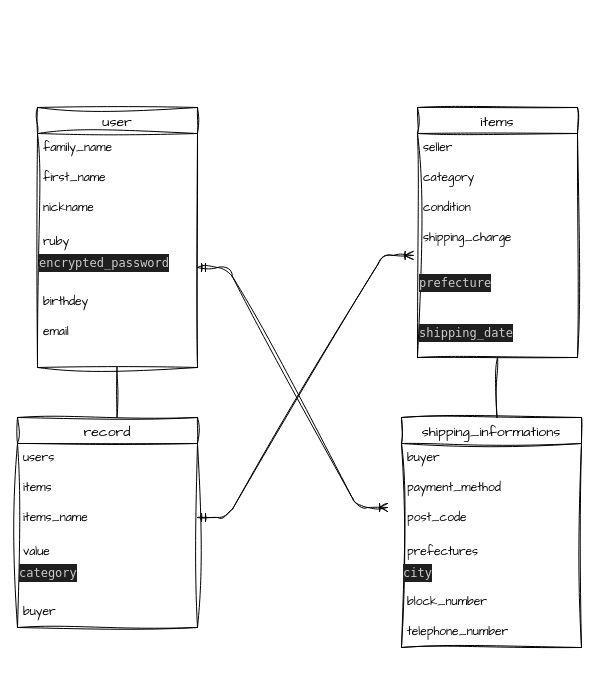
Before: test.dio in tsuyu6/furima-39944, a draw.io diagram. Source tidied: cells renumbered, new cells numbered last; positions are measured from the earlier drawing's top-left corner, leaving out a move shared by most shapes. Both pictures are drawn from the tidied source at 100%, with x=0, y=0 at pixel (17, 107).
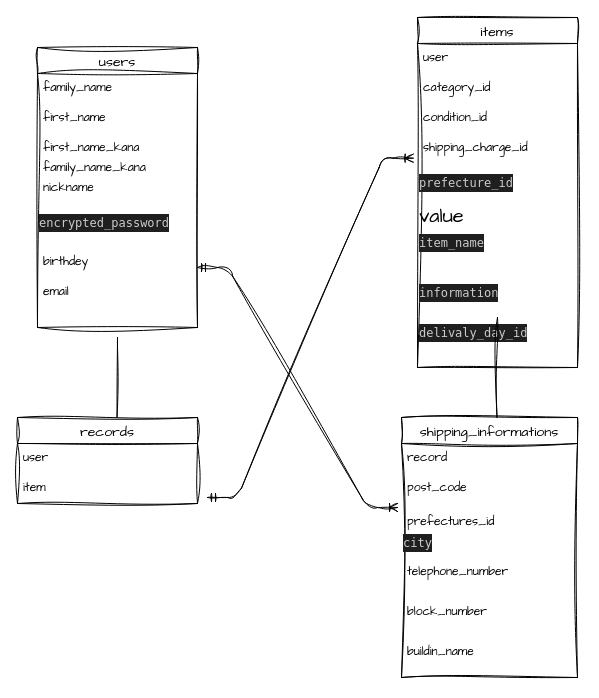
The same diagram, later.

Commit message (it also covers changes not shown here):
データベース設計、修正

What changed in the source:
```diff
@@
-    <mxCell id="2" value="user" style="swimlane;fontStyle=0;horizontal=1;startSize=26;align=center;fontSize=14;sketch=1;hachureGap=4;jiggle=2;curveFitting=1;fontFamily=Architects Daughter;" parent="1" vertex="1">
-      <mxGeometry x="20" width="160" height="260" as="geometry" />
+    <mxCell id="2" value="users" style="swimlane;fontStyle=0;horizontal=1;startSize=26;align=center;fontSize=14;sketch=1;hachureGap=4;jiggle=2;curveFitting=1;fontFamily=Architects Daughter;" parent="1" vertex="1">
+      <mxGeometry x="20" y="-60" width="160" height="280" as="geometry" />
     </mxCell>
@@
+    <mxCell id="36" value="first_name_kana" style="text;strokeColor=none;fillColor=none;spacingLeft=4;spacingRight=4;overflow=hidden;fontSize=12;sketch=1;hachureGap=4;jiggle=2;curveFitting=1;fontFamily=Architects Daughter;" parent="2" vertex="1">
+      <mxGeometry y="86" width="160" height="20" as="geometry" />
+    </mxCell>
+    <mxCell id="6" value="family_name_kana" style="text;strokeColor=none;fillColor=none;spacingLeft=4;spacingRight=4;overflow=hidden;fontSize=12;sketch=1;hachureGap=4;jiggle=2;curveFitting=1;fontFamily=Architects Daughter;" parent="2" vertex="1">
+      <mxGeometry y="106" width="160" height="20" as="geometry" />
+    </mxCell>
     <mxCell id="5" value="nickname" style="text;strokeColor=none;fillColor=none;spacingLeft=4;spacingRight=4;overflow=hidden;fontSize=12;sketch=1;hachureGap=4;jiggle=2;curveFitting=1;fontFamily=Architects Daughter;" parent="2" vertex="1">
-      <mxGeometry y="86" width="160" height="34" as="geometry" />
+      <mxGeometry y="126" width="160" height="34" as="geometry" />
     </mxCell>
-    <mxCell id="6" value="ruby" style="text;strokeColor=none;fillColor=none;spacingLeft=4;spacingRight=4;overflow=hidden;fontSize=12;sketch=1;hachureGap=4;jiggle=2;curveFitting=1;fontFamily=Architects Daughter;" parent="2" vertex="1">
-      <mxGeometry y="120" width="160" height="20" as="geometry" />
-    </mxCell>
     <mxCell id="7" value="&lt;div style=&quot;color: rgb(204, 204, 204); background-color: rgb(31, 31, 31); font-family: Menlo, Monaco, &amp;quot;Courier New&amp;quot;, monospace; font-weight: normal; font-size: 12px; line-height: 18px;&quot;&gt;&lt;div&gt;&lt;span style=&quot;color: #cccccc;&quot;&gt;encrypted_password&lt;/span&gt;&lt;/div&gt;&lt;/div&gt;" style="text;whiteSpace=wrap;html=1;fontSize=20;fontFamily=Architects Daughter;" parent="2" vertex="1">
-      <mxGeometry y="140" width="160" height="40" as="geometry" />
+      <mxGeometry y="160" width="160" height="40" as="geometry" />
     </mxCell>
     <mxCell id="8" value="birthdey" style="text;strokeColor=none;fillColor=none;spacingLeft=4;spacingRight=4;overflow=hidden;fontSize=12;sketch=1;hachureGap=4;jiggle=2;curveFitting=1;fontFamily=Architects Daughter;" parent="2" vertex="1">
-      <mxGeometry y="180" width="160" height="30" as="geometry" />
+      <mxGeometry y="200" width="160" height="30" as="geometry" />
     </mxCell>
     <mxCell id="9" value="email" style="text;strokeColor=none;fillColor=none;spacingLeft=4;spacingRight=4;overflow=hidden;fontSize=12;sketch=1;hachureGap=4;jiggle=2;curveFitting=1;fontFamily=Architects Daughter;" parent="2" vertex="1">
-      <mxGeometry y="210" width="160" height="50" as="geometry" />
+      <mxGeometry y="230" width="160" height="50" as="geometry" />
     </mxCell>
     <mxCell id="10" value="items" style="swimlane;fontStyle=0;horizontal=1;startSize=26;align=center;fontSize=14;sketch=1;hachureGap=4;jiggle=2;curveFitting=1;fontFamily=Architects Daughter;" parent="1" vertex="1">
-      <mxGeometry x="400" width="160" height="250" as="geometry" />
+      <mxGeometry x="400" y="-90" width="160" height="350" as="geometry" />
     </mxCell>
-    <mxCell id="11" value="seller" style="text;strokeColor=none;fillColor=none;spacingLeft=4;spacingRight=4;overflow=hidden;fontSize=12;sketch=1;hachureGap=4;jiggle=2;curveFitting=1;fontFamily=Architects Daughter;" parent="10" vertex="1">
+    <mxCell id="11" value="user" style="text;strokeColor=none;fillColor=none;spacingLeft=4;spacingRight=4;overflow=hidden;fontSize=12;sketch=1;hachureGap=4;jiggle=2;curveFitting=1;fontFamily=Architects Daughter;" parent="10" vertex="1">
       <mxGeometry y="26" width="160" height="30" as="geometry" />
     </mxCell>
-    <mxCell id="12" value="category" style="text;strokeColor=none;fillColor=none;spacingLeft=4;spacingRight=4;overflow=hidden;fontSize=12;sketch=1;hachureGap=4;jiggle=2;curveFitting=1;fontFamily=Architects Daughter;" parent="10" vertex="1">
+    <mxCell id="12" value="category_id" style="text;strokeColor=none;fillColor=none;spacingLeft=4;spacingRight=4;overflow=hidden;fontSize=12;sketch=1;hachureGap=4;jiggle=2;curveFitting=1;fontFamily=Architects Daughter;" parent="10" vertex="1">
       <mxGeometry y="56" width="160" height="30" as="geometry" />
     </mxCell>
-    <mxCell id="13" value="condition" style="text;strokeColor=none;fillColor=none;spacingLeft=4;spacingRight=4;overflow=hidden;fontSize=12;sketch=1;hachureGap=4;jiggle=2;curveFitting=1;fontFamily=Architects Daughter;" parent="10" vertex="1">
+    <mxCell id="13" value="condition_id" style="text;strokeColor=none;fillColor=none;spacingLeft=4;spacingRight=4;overflow=hidden;fontSize=12;sketch=1;hachureGap=4;jiggle=2;curveFitting=1;fontFamily=Architects Daughter;" parent="10" vertex="1">
       <mxGeometry y="86" width="160" height="30" as="geometry" />
     </mxCell>
-    <mxCell id="14" value=" shipping_charge" style="text;strokeColor=none;fillColor=none;spacingLeft=4;spacingRight=4;overflow=hidden;points=[[0,0.5],[1,0.5]];portConstraint=eastwest;fontSize=12;sketch=1;hachureGap=4;jiggle=2;curveFitting=1;fontFamily=Architects Daughter;" parent="10" vertex="1">
-      <mxGeometry y="116" width="160" height="44" as="geometry" />
+    <mxCell id="14" value=" shipping_charge_id" style="text;strokeColor=none;fillColor=none;spacingLeft=4;spacingRight=4;overflow=hidden;points=[[0,0.5],[1,0.5]];portConstraint=eastwest;fontSize=12;sketch=1;hachureGap=4;jiggle=2;curveFitting=1;fontFamily=Architects Daughter;" parent="10" vertex="1">
+      <mxGeometry y="116" width="160" height="34" as="geometry" />
     </mxCell>
-    <mxCell id="15" value="&lt;div style=&quot;color: rgb(204, 204, 204); background-color: rgb(31, 31, 31); font-family: Menlo, Monaco, &amp;quot;Courier New&amp;quot;, monospace; font-size: 12px; line-height: 18px;&quot;&gt; prefecture &lt;/div&gt;" style="text;whiteSpace=wrap;html=1;fontSize=20;fontFamily=Architects Daughter;" parent="10" vertex="1">
-      <mxGeometry y="160" width="160" height="50" as="geometry" />
+    <mxCell id="15" value="&lt;div style=&quot;color: rgb(204, 204, 204); background-color: rgb(31, 31, 31); font-family: Menlo, Monaco, &amp;quot;Courier New&amp;quot;, monospace; font-size: 12px; line-height: 18px;&quot;&gt; prefecture_id&lt;/div&gt;" style="text;whiteSpace=wrap;html=1;fontSize=20;fontFamily=Architects Daughter;" parent="10" vertex="1">
+      <mxGeometry y="150" width="160" height="30" as="geometry" />
     </mxCell>
+    <mxCell id="21" value="value" style="text;whiteSpace=wrap;html=1;fontSize=20;fontFamily=Architects Daughter;" parent="10" vertex="1">
+      <mxGeometry y="180" width="160" height="30" as="geometry" />
+    </mxCell>
+    <mxCell id="37" value="&lt;div style=&quot;color: rgb(204, 204, 204); background-color: rgb(31, 31, 31); font-family: Menlo, Monaco, &amp;quot;Courier New&amp;quot;, monospace; font-size: 12px; line-height: 18px;&quot;&gt;&lt;div style=&quot;line-height: 18px;&quot;&gt;item_name&lt;/div&gt;&lt;/div&gt;" style="text;whiteSpace=wrap;html=1;fontSize=20;fontFamily=Architects Daughter;" parent="10" vertex="1">
+      <mxGeometry y="210" width="160" height="50" as="geometry" />
+    </mxCell>
-    <mxCell id="16" value="&lt;div style=&quot;color: rgb(204, 204, 204); background-color: rgb(31, 31, 31); font-family: Menlo, Monaco, &amp;quot;Courier New&amp;quot;, monospace; font-weight: normal; font-size: 12px; line-height: 18px;&quot;&gt;&lt;div&gt;&lt;span style=&quot;color: #cccccc;&quot;&gt;shipping_date &lt;/span&gt;&lt;/div&gt;&lt;/div&gt;" style="text;whiteSpace=wrap;html=1;fontSize=20;fontFamily=Architects Daughter;" parent="10" vertex="1">
-      <mxGeometry y="210" width="160" height="40" as="geometry" />
+    <mxCell id="16" value="&lt;div style=&quot;color: rgb(204, 204, 204); background-color: rgb(31, 31, 31); font-family: Menlo, Monaco, &amp;quot;Courier New&amp;quot;, monospace; font-weight: normal; font-size: 12px; line-height: 18px;&quot;&gt;&lt;div style=&quot;line-height: 18px;&quot;&gt;information&lt;/div&gt;&lt;/div&gt;" style="text;whiteSpace=wrap;html=1;fontSize=20;fontFamily=Architects Daughter;" parent="10" vertex="1">
+      <mxGeometry y="260" width="160" height="40" as="geometry" />
     </mxCell>
+    <mxCell id="38" value="&lt;div style=&quot;color: rgb(204, 204, 204); background-color: rgb(31, 31, 31); font-family: Menlo, Monaco, &amp;quot;Courier New&amp;quot;, monospace; font-size: 12px; line-height: 18px;&quot;&gt;&lt;div style=&quot;line-height: 18px;&quot;&gt;delivaly_day_id&lt;/div&gt;&lt;/div&gt;" style="text;whiteSpace=wrap;html=1;fontSize=20;fontFamily=Architects Daughter;" parent="10" vertex="1">
+      <mxGeometry y="300" width="160" height="50" as="geometry" />
+    </mxCell>
-    <mxCell id="17" value="record" style="swimlane;fontStyle=0;horizontal=1;startSize=26;align=center;fontSize=14;sketch=1;hachureGap=4;jiggle=2;curveFitting=1;fontFamily=Architects Daughter;" parent="1" vertex="1">
-      <mxGeometry y="310" width="180" height="210" as="geometry" />
+    <mxCell id="17" value="records" style="swimlane;fontStyle=0;horizontal=1;startSize=26;align=center;fontSize=14;sketch=1;hachureGap=4;jiggle=2;curveFitting=1;fontFamily=Architects Daughter;" parent="1" vertex="1">
+      <mxGeometry y="310" width="180" height="86" as="geometry" />
     </mxCell>
-    <mxCell id="18" value="users" style="text;strokeColor=none;fillColor=none;spacingLeft=4;spacingRight=4;overflow=hidden;fontSize=12;sketch=1;hachureGap=4;jiggle=2;curveFitting=1;fontFamily=Architects Daughter;" parent="17" vertex="1">
+    <mxCell id="18" value="user" style="text;strokeColor=none;fillColor=none;spacingLeft=4;spacingRight=4;overflow=hidden;fontSize=12;sketch=1;hachureGap=4;jiggle=2;curveFitting=1;fontFamily=Architects Daughter;" parent="17" vertex="1">
       <mxGeometry y="26" width="180" height="30" as="geometry" />
     </mxCell>
-    <mxCell id="19" value="items" style="text;strokeColor=none;fillColor=none;spacingLeft=4;spacingRight=4;overflow=hidden;fontSize=12;sketch=1;hachureGap=4;jiggle=2;curveFitting=1;fontFamily=Architects Daughter;" parent="17" vertex="1">
+    <mxCell id="19" value="item" style="text;strokeColor=none;fillColor=none;spacingLeft=4;spacingRight=4;overflow=hidden;fontSize=12;sketch=1;hachureGap=4;jiggle=2;curveFitting=1;fontFamily=Architects Daughter;" parent="17" vertex="1">
       <mxGeometry y="56" width="180" height="30" as="geometry" />
     </mxCell>
-    <mxCell id="20" value="items_name" style="text;strokeColor=none;fillColor=none;spacingLeft=4;spacingRight=4;overflow=hidden;fontSize=12;sketch=1;hachureGap=4;jiggle=2;curveFitting=1;fontFamily=Architects Daughter;" parent="17" vertex="1">
-      <mxGeometry y="86" width="180" height="34" as="geometry" />
-    </mxCell>
-    <mxCell id="21" value="value" style="text;strokeColor=none;fillColor=none;spacingLeft=4;spacingRight=4;overflow=hidden;fontSize=12;sketch=1;hachureGap=4;jiggle=2;curveFitting=1;fontFamily=Architects Daughter;" parent="17" vertex="1">
-      <mxGeometry y="120" width="180" height="20" as="geometry" />
-    </mxCell>
-    <mxCell id="22" value="&lt;div style=&quot;color: rgb(204, 204, 204); background-color: rgb(31, 31, 31); font-family: Menlo, Monaco, &amp;quot;Courier New&amp;quot;, monospace; font-weight: normal; font-size: 12px; line-height: 18px;&quot;&gt;&lt;div style=&quot;line-height: 18px;&quot;&gt;category &lt;/div&gt;&lt;/div&gt;" style="text;whiteSpace=wrap;html=1;fontSize=20;fontFamily=Architects Daughter;" parent="17" vertex="1">
-      <mxGeometry y="140" width="180" height="40" as="geometry" />
-    </mxCell>
-    <mxCell id="23" value="buyer" style="text;strokeColor=none;fillColor=none;spacingLeft=4;spacingRight=4;overflow=hidden;fontSize=12;sketch=1;hachureGap=4;jiggle=2;curveFitting=1;fontFamily=Architects Daughter;" parent="17" vertex="1">
-      <mxGeometry y="180" width="180" height="30" as="geometry" />
-    </mxCell>
     <mxCell id="24" value="shipping_informations" style="swimlane;fontStyle=0;horizontal=1;startSize=26;align=center;fontSize=14;sketch=1;hachureGap=4;jiggle=2;curveFitting=1;fontFamily=Architects Daughter;" parent="1" vertex="1">
-      <mxGeometry x="384" y="310" width="180" height="230" as="geometry" />
+      <mxGeometry x="384" y="310" width="176" height="260" as="geometry" />
     </mxCell>
-    <mxCell id="25" value="buyer" style="text;strokeColor=none;fillColor=none;spacingLeft=4;spacingRight=4;overflow=hidden;fontSize=12;sketch=1;hachureGap=4;jiggle=2;curveFitting=1;fontFamily=Architects Daughter;" parent="24" vertex="1">
-      <mxGeometry y="26" width="180" height="30" as="geometry" />
+    <mxCell id="25" value="record" style="text;strokeColor=none;fillColor=none;spacingLeft=4;spacingRight=4;overflow=hidden;fontSize=12;sketch=1;hachureGap=4;jiggle=2;curveFitting=1;fontFamily=Architects Daughter;" parent="24" vertex="1">
+      <mxGeometry y="26" width="176" height="30" as="geometry" />
     </mxCell>
-    <mxCell id="26" value="payment_method" style="text;strokeColor=none;fillColor=none;spacingLeft=4;spacingRight=4;overflow=hidden;fontSize=12;sketch=1;hachureGap=4;jiggle=2;curveFitting=1;fontFamily=Architects Daughter;" parent="24" vertex="1">
-      <mxGeometry y="56" width="180" height="30" as="geometry" />
-    </mxCell>
     <mxCell id="27" value="post_code" style="text;strokeColor=none;fillColor=none;spacingLeft=4;spacingRight=4;overflow=hidden;fontSize=12;sketch=1;hachureGap=4;jiggle=2;curveFitting=1;fontFamily=Architects Daughter;" parent="24" vertex="1">
-      <mxGeometry y="86" width="180" height="34" as="geometry" />
+      <mxGeometry y="56" width="176" height="34" as="geometry" />
     </mxCell>
-    <mxCell id="28" value="prefectures" style="text;strokeColor=none;fillColor=none;spacingLeft=4;spacingRight=4;overflow=hidden;fontSize=12;sketch=1;hachureGap=4;jiggle=2;curveFitting=1;fontFamily=Architects Daughter;" parent="24" vertex="1">
-      <mxGeometry y="120" width="180" height="20" as="geometry" />
+    <mxCell id="28" value="prefectures_id" style="text;strokeColor=none;fillColor=none;spacingLeft=4;spacingRight=4;overflow=hidden;fontSize=12;sketch=1;hachureGap=4;jiggle=2;curveFitting=1;fontFamily=Architects Daughter;" parent="24" vertex="1">
+      <mxGeometry y="90" width="176" height="20" as="geometry" />
     </mxCell>
     <mxCell id="29" value="&lt;div style=&quot;color: rgb(204, 204, 204); background-color: rgb(31, 31, 31); font-family: Menlo, Monaco, &amp;quot;Courier New&amp;quot;, monospace; font-weight: normal; font-size: 12px; line-height: 18px;&quot;&gt;&lt;div style=&quot;line-height: 18px;&quot;&gt;&lt;div style=&quot;line-height: 18px;&quot;&gt;city&lt;/div&gt;&lt;/div&gt;&lt;/div&gt;" style="text;whiteSpace=wrap;html=1;fontSize=20;fontFamily=Architects Daughter;" parent="24" vertex="1">
-      <mxGeometry y="140" width="180" height="30" as="geometry" />
+      <mxGeometry y="110" width="176" height="30" as="geometry" />
     </mxCell>
+    <mxCell id="31" value="telephone_number" style="text;strokeColor=none;fillColor=none;spacingLeft=4;spacingRight=4;overflow=hidden;fontSize=12;sketch=1;hachureGap=4;jiggle=2;curveFitting=1;fontFamily=Architects Daughter;" parent="24" vertex="1">
+      <mxGeometry y="140" width="176" height="40" as="geometry" />
+    </mxCell>
     <mxCell id="30" value="block_number" style="text;strokeColor=none;fillColor=none;spacingLeft=4;spacingRight=4;overflow=hidden;fontSize=12;sketch=1;hachureGap=4;jiggle=2;curveFitting=1;fontFamily=Architects Daughter;" parent="24" vertex="1">
-      <mxGeometry y="170" width="180" height="30" as="geometry" />
+      <mxGeometry y="180" width="176" height="40" as="geometry" />
     </mxCell>
-    <mxCell id="31" value="telephone_number" style="text;strokeColor=none;fillColor=none;spacingLeft=4;spacingRight=4;overflow=hidden;fontSize=12;sketch=1;hachureGap=4;jiggle=2;curveFitting=1;fontFamily=Architects Daughter;" parent="24" vertex="1">
-      <mxGeometry y="200" width="180" height="30" as="geometry" />
-    </mxCell>
+    <mxCell id="39" value="buildin_name" style="text;strokeColor=none;fillColor=none;spacingLeft=4;spacingRight=4;overflow=hidden;fontSize=12;sketch=1;hachureGap=4;jiggle=2;curveFitting=1;fontFamily=Architects Daughter;" parent="24" vertex="1">
+      <mxGeometry y="220" width="176" height="40" as="geometry" />
+    </mxCell>
     <mxCell id="32" style="endArrow=none;html=1;rounded=0;sketch=1;hachureGap=4;jiggle=2;curveFitting=1;fontFamily=Architects Daughter;fontSize=16;" parent="1" edge="1">
       <mxGeometry relative="1" as="geometry">
-        <mxPoint x="99.5" y="260" as="sourcePoint" />
+        <mxPoint x="100" y="230" as="sourcePoint" />
         <mxPoint x="99.5" y="310" as="targetPoint" />
       </mxGeometry>
     </mxCell>
     <mxCell id="33" style="edgeStyle=entityRelationEdgeStyle;fontSize=12;html=1;endArrow=ERoneToMany;startArrow=ERmandOne;sketch=1;hachureGap=4;jiggle=2;curveFitting=1;fontFamily=Architects Daughter;entryX=-0.027;entryY=0.725;entryDx=0;entryDy=0;entryPerimeter=0;" parent="1" edge="1" target="14">
       <mxGeometry relative="1" as="geometry">
-        <mxPoint x="180" y="410" as="sourcePoint" />
+        <mxPoint x="190" y="390" as="sourcePoint" />
       </mxGeometry>
     </mxCell>
     <mxCell id="34" style="edgeStyle=entityRelationEdgeStyle;fontSize=12;html=1;endArrow=ERoneToMany;startArrow=ERmandOne;sketch=1;hachureGap=4;jiggle=2;curveFitting=1;fontFamily=Architects Daughter;" parent="1" edge="1">
       <mxGeometry relative="1" as="geometry">
         <mxPoint x="180" y="160" as="sourcePoint" />
-        <mxPoint x="370" y="400" as="targetPoint" />
+        <mxPoint x="380" y="400" as="targetPoint" />
       </mxGeometry>
     </mxCell>
```
